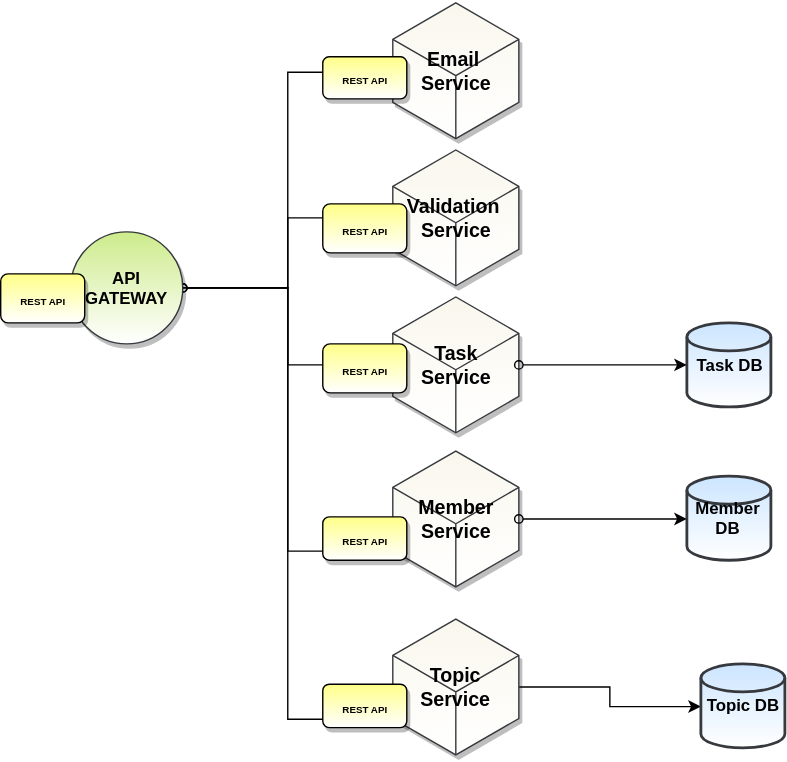
This is Task Management Microservice Architecture.svg from Frong-nt/Task-Management-Services, a draw.io export, as it was before one commit. Source tidied: cells renumbered, new cells last; positions are measured from the earlier drawing's top-left corner, leaving out a move shared by most shapes.
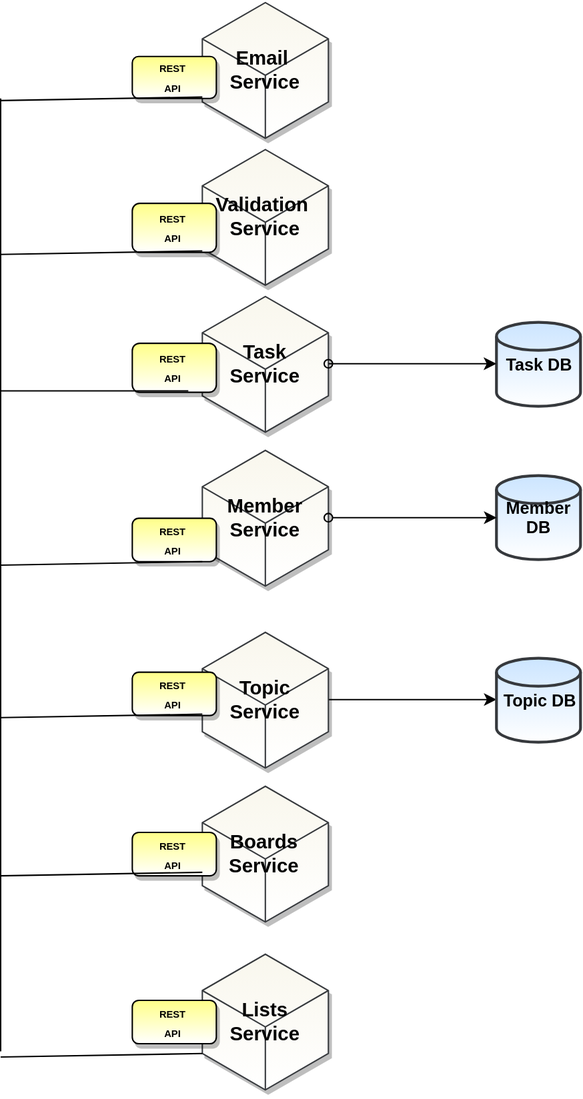
After the commit.

Diff of the diagram source:
```diff
@@ -20,21 +20,6 @@
     <mxCell id="7" value="&lt;b&gt;&lt;font style=&quot;font-size: 12px&quot;&gt;Member DB&lt;/font&gt;&lt;/b&gt;" style="strokeWidth=2;html=1;shape=mxgraph.flowchart.database;whiteSpace=wrap;fillColor=#cce5ff;strokeColor=#36393d;gradientColor=#ffffff;" parent="1" vertex="1">
       <mxGeometry x="490" y="339.5" width="60" height="60" as="geometry" />
     </mxCell>
-    <mxCell id="8" style="edgeStyle=orthogonalEdgeStyle;rounded=0;jettySize=auto;html=1;entryX=0.001;entryY=0.506;entryDx=0;entryDy=0;entryPerimeter=0;startArrow=oval;startFill=0;" parent="1" edge="1" source="12" target="2">
-      <mxGeometry relative="1" as="geometry" />
-    </mxCell>
-    <mxCell id="9" style="edgeStyle=orthogonalEdgeStyle;rounded=0;jettySize=auto;html=1;startArrow=oval;startFill=0;" parent="1" edge="1" source="12" target="3">
-      <mxGeometry relative="1" as="geometry" />
-    </mxCell>
-    <mxCell id="10" style="edgeStyle=orthogonalEdgeStyle;rounded=0;jettySize=auto;html=1;startArrow=oval;startFill=0;" parent="1" edge="1" source="12" target="4">
-      <mxGeometry relative="1" as="geometry" />
-    </mxCell>
-    <mxCell id="11" style="edgeStyle=orthogonalEdgeStyle;rounded=0;jettySize=auto;html=1;entryX=0;entryY=0;entryDx=0;entryDy=72.5;entryPerimeter=0;" parent="1" edge="1" source="12" target="5">
-      <mxGeometry relative="1" as="geometry" />
-    </mxCell>
-    <mxCell id="12" value="&lt;b&gt;API GATEWAY&lt;/b&gt;" style="ellipse;whiteSpace=wrap;html=1;fillColor=#cdeb8b;strokeColor=#36393d;shadow=1;gradientColor=#ffffff;" parent="1" vertex="1">
-      <mxGeometry x="50" y="165" width="80" height="80" as="geometry" />
-    </mxCell>
     <mxCell id="13" style="edgeStyle=orthogonalEdgeStyle;rounded=0;jettySize=auto;html=1;startArrow=oval;startFill=0;" parent="1" edge="1" source="4" target="6">
       <mxGeometry relative="1" as="geometry">
         <Array as="points">
@@ -45,35 +30,88 @@
     <mxCell id="14" style="edgeStyle=orthogonalEdgeStyle;rounded=0;jettySize=auto;html=1;entryX=0;entryY=0.5;entryDx=0;entryDy=0;entryPerimeter=0;startArrow=oval;startFill=0;" parent="1" edge="1" source="5" target="7">
       <mxGeometry relative="1" as="geometry" />
     </mxCell>
-    <mxCell id="15" value="&lt;b&gt;&lt;font style=&quot;font-size: 7px&quot;&gt;REST API&lt;/font&gt;&lt;/b&gt;" style="rounded=1;whiteSpace=wrap;html=1;shadow=1;strokeColor=#000000;fillColor=#ffff88;gradientColor=#ffffff;glass=0;comic=0;" parent="1" vertex="1">
+    <mxCell id="15" value="&lt;b&gt;&lt;font style=&quot;font-size: 7px&quot;&gt;REST &lt;br&gt;API&lt;/font&gt;&lt;/b&gt;" style="rounded=1;whiteSpace=wrap;html=1;shadow=1;strokeColor=#000000;fillColor=#ffff88;gradientColor=#ffffff;glass=0;comic=0;" parent="1" vertex="1">
       <mxGeometry x="230" y="40" width="60" height="30" as="geometry" />
     </mxCell>
-    <mxCell id="16" value="&lt;font style=&quot;font-size: 7px&quot;&gt;&lt;b&gt;REST API&lt;/b&gt;&lt;/font&gt;" style="rounded=1;whiteSpace=wrap;html=1;shadow=1;strokeColor=#000000;fillColor=#ffff88;gradientColor=#ffffff;glass=0;comic=0;" parent="1" vertex="1">
+    <mxCell id="16" value="&lt;font style=&quot;font-size: 7px&quot;&gt;&lt;b&gt;REST &lt;br&gt;API&lt;/b&gt;&lt;/font&gt;" style="rounded=1;whiteSpace=wrap;html=1;shadow=1;strokeColor=#000000;fillColor=#ffff88;gradientColor=#ffffff;glass=0;comic=0;" parent="1" vertex="1">
       <mxGeometry x="230" y="145" width="60" height="35" as="geometry" />
     </mxCell>
-    <mxCell id="17" value="&lt;b&gt;&lt;font style=&quot;font-size: 7px&quot;&gt;REST API&lt;/font&gt;&lt;/b&gt;" style="rounded=1;whiteSpace=wrap;html=1;shadow=1;strokeColor=#000000;fillColor=#ffff88;gradientColor=#ffffff;glass=0;comic=0;" parent="1" vertex="1">
+    <mxCell id="17" value="&lt;b&gt;&lt;font style=&quot;font-size: 7px&quot;&gt;REST &lt;br&gt;API&lt;/font&gt;&lt;/b&gt;" style="rounded=1;whiteSpace=wrap;html=1;shadow=1;strokeColor=#000000;fillColor=#ffff88;gradientColor=#ffffff;glass=0;comic=0;" parent="1" vertex="1">
       <mxGeometry x="230" y="245" width="60" height="35" as="geometry" />
     </mxCell>
-    <mxCell id="18" value="&lt;b&gt;&lt;font style=&quot;font-size: 7px&quot;&gt;REST API&lt;/font&gt;&lt;/b&gt;" style="rounded=1;whiteSpace=wrap;html=1;shadow=1;strokeColor=#000000;fillColor=#ffff88;gradientColor=#ffffff;glass=0;comic=0;" parent="1" vertex="1">
-      <mxGeometry x="230" y="368.5" width="60" height="31" as="geometry" />
+    <mxCell id="18" value="&lt;b&gt;&lt;font style=&quot;font-size: 7px&quot;&gt;REST &lt;br&gt;API&lt;/font&gt;&lt;/b&gt;" style="rounded=1;whiteSpace=wrap;html=1;shadow=1;strokeColor=#000000;fillColor=#ffff88;gradientColor=#ffffff;glass=0;comic=0;" parent="1" vertex="1">
+      <mxGeometry x="230" y="370" width="60" height="31" as="geometry" />
     </mxCell>
-    <mxCell id="19" value="&lt;b&gt;&lt;font style=&quot;font-size: 7px&quot;&gt;REST API&lt;/font&gt;&lt;/b&gt;" style="rounded=1;whiteSpace=wrap;html=1;shadow=1;strokeColor=#000000;fillColor=#ffff88;gradientColor=#ffffff;glass=0;comic=0;" parent="1" vertex="1">
-      <mxGeometry y="195" width="60" height="35" as="geometry" />
-    </mxCell>
     <mxCell id="20" style="edgeStyle=orthogonalEdgeStyle;rounded=0;jettySize=auto;html=1;entryX=0;entryY=0.5;entryDx=0;entryDy=0;entryPerimeter=0;" parent="1" edge="1" source="21" target="22">
       <mxGeometry relative="1" as="geometry" />
     </mxCell>
-    <mxCell id="21" value="&lt;span style=&quot;font-size: 14px&quot;&gt;&lt;b&gt;Topic Service&lt;/b&gt;&lt;/span&gt;" style="html=1;whiteSpace=wrap;shape=isoCube;backgroundOutline=1;fillColor=#f9f7ed;strokeColor=#36393d;shadow=1;gradientColor=#ffffff;" parent="1" vertex="1">
-      <mxGeometry x="280" y="440" width="90" height="100" as="geometry" />
+    <mxCell id="21" value="&lt;b style=&quot;font-size: 14px&quot;&gt;&lt;font style=&quot;font-size: 14px&quot;&gt;Topic&lt;br&gt;Service&lt;/font&gt;&lt;/b&gt;" style="html=1;whiteSpace=wrap;shape=isoCube;backgroundOutline=1;fillColor=#f9f7ed;strokeColor=#36393d;shadow=1;gradientColor=#ffffff;" parent="1" vertex="1">
+      <mxGeometry x="280" y="450" width="90" height="100" as="geometry" />
     </mxCell>
     <mxCell id="22" value="&lt;b&gt;&lt;font style=&quot;font-size: 12px&quot;&gt;Topic DB&lt;/font&gt;&lt;/b&gt;" style="strokeWidth=2;html=1;shape=mxgraph.flowchart.database;whiteSpace=wrap;fillColor=#cce5ff;strokeColor=#36393d;gradientColor=#ffffff;" parent="1" vertex="1">
-      <mxGeometry x="500" y="473.5" width="60" height="60" as="geometry" />
+      <mxGeometry x="490" y="470" width="60" height="60" as="geometry" />
     </mxCell>
-    <mxCell id="23" style="edgeStyle=orthogonalEdgeStyle;rounded=0;jettySize=auto;html=1;entryX=0;entryY=0;entryDx=0;entryDy=72.5;entryPerimeter=0;" parent="1" edge="1" source="12" target="21">
-      <mxGeometry relative="1" as="geometry" />
-    </mxCell>
-    <mxCell id="24" value="&lt;b&gt;&lt;font style=&quot;font-size: 7px&quot;&gt;REST API&lt;/font&gt;&lt;/b&gt;" style="rounded=1;whiteSpace=wrap;html=1;shadow=1;strokeColor=#000000;fillColor=#ffff88;gradientColor=#ffffff;glass=0;comic=0;" parent="1" vertex="1">
-      <mxGeometry x="230" y="488" width="60" height="31" as="geometry" />
-    </mxCell>
+    <mxCell id="25" value="&lt;b&gt;&lt;font style=&quot;font-size: 7px&quot;&gt;REST &lt;br&gt;API&lt;/font&gt;&lt;/b&gt;" style="rounded=1;whiteSpace=wrap;html=1;shadow=1;strokeColor=#000000;fillColor=#ffff88;gradientColor=#ffffff;glass=0;comic=0;" parent="1" vertex="1">
+      <mxGeometry x="230" y="480" width="60" height="31" as="geometry" />
+    </mxCell>
+    <mxCell id="26" value="&lt;span style=&quot;font-size: 14px&quot;&gt;&lt;b&gt;Boards Service&lt;/b&gt;&lt;/span&gt;" style="html=1;whiteSpace=wrap;shape=isoCube;backgroundOutline=1;fillColor=#f9f7ed;strokeColor=#36393d;shadow=1;gradientColor=#ffffff;" parent="1" vertex="1">
+      <mxGeometry x="280" y="560" width="90" height="100" as="geometry" />
+    </mxCell>
+    <mxCell id="27" value="&lt;span style=&quot;font-size: 14px&quot;&gt;&lt;b&gt;Lists &lt;br&gt;Service&lt;/b&gt;&lt;/span&gt;" style="html=1;whiteSpace=wrap;shape=isoCube;backgroundOutline=1;fillColor=#f9f7ed;strokeColor=#36393d;shadow=1;gradientColor=#ffffff;" parent="1" vertex="1">
+      <mxGeometry x="280" y="680" width="90" height="100" as="geometry" />
+    </mxCell>
+    <mxCell id="28" value="&lt;b&gt;&lt;font style=&quot;font-size: 7px&quot;&gt;REST &lt;br&gt;API&lt;/font&gt;&lt;/b&gt;" style="rounded=1;whiteSpace=wrap;html=1;shadow=1;strokeColor=#000000;fillColor=#ffff88;gradientColor=#ffffff;glass=0;comic=0;" parent="1" vertex="1">
+      <mxGeometry x="230" y="594.5" width="60" height="31" as="geometry" />
+    </mxCell>
+    <mxCell id="29" value="&lt;b&gt;&lt;font style=&quot;font-size: 7px&quot;&gt;REST &lt;br&gt;API&lt;/font&gt;&lt;/b&gt;" style="rounded=1;whiteSpace=wrap;html=1;shadow=1;strokeColor=#000000;fillColor=#ffff88;gradientColor=#ffffff;glass=0;comic=0;" parent="1" vertex="1">
+      <mxGeometry x="230" y="714.5" width="60" height="31" as="geometry" />
+    </mxCell>
+    <mxCell id="30" style="endArrow=none;html=1;" parent="1" edge="1">
+      <mxGeometry relative="1" as="geometry">
+        <mxPoint x="136" y="751" as="sourcePoint" />
+        <mxPoint x="136" y="70" as="targetPoint" />
+      </mxGeometry>
+    </mxCell>
+    <mxCell id="31" style="endArrow=none;html=1;entryX=0;entryY=0;entryDx=0;entryDy=72.5;entryPerimeter=0;" parent="1" edge="1" target="27">
+      <mxGeometry relative="1" as="geometry">
+        <mxPoint x="136" y="755" as="sourcePoint" />
+      </mxGeometry>
+    </mxCell>
+    <mxCell id="32" style="endArrow=none;html=1;entryX=0;entryY=0;entryDx=0;entryDy=72.5;entryPerimeter=0;" parent="1" edge="1">
+      <mxGeometry relative="1" as="geometry">
+        <mxPoint x="136" y="625.5" as="sourcePoint" />
+        <mxPoint x="280" y="623" as="targetPoint" />
+      </mxGeometry>
+    </mxCell>
+    <mxCell id="33" style="endArrow=none;html=1;entryX=0;entryY=0;entryDx=0;entryDy=72.5;entryPerimeter=0;" parent="1" edge="1">
+      <mxGeometry relative="1" as="geometry">
+        <mxPoint x="136" y="512.5" as="sourcePoint" />
+        <mxPoint x="280" y="510" as="targetPoint" />
+      </mxGeometry>
+    </mxCell>
+    <mxCell id="34" style="endArrow=none;html=1;entryX=0;entryY=0;entryDx=0;entryDy=72.5;entryPerimeter=0;" parent="1" edge="1">
+      <mxGeometry relative="1" as="geometry">
+        <mxPoint x="136" y="403.5" as="sourcePoint" />
+        <mxPoint x="280" y="401" as="targetPoint" />
+      </mxGeometry>
+    </mxCell>
+    <mxCell id="35" style="endArrow=none;html=1;entryX=0;entryY=0;entryDx=0;entryDy=72.5;entryPerimeter=0;" parent="1" edge="1">
+      <mxGeometry relative="1" as="geometry">
+        <mxPoint x="136" y="279" as="sourcePoint" />
+        <mxPoint x="270" y="279" as="targetPoint" />
+      </mxGeometry>
+    </mxCell>
+    <mxCell id="36" style="endArrow=none;html=1;entryX=0;entryY=0;entryDx=0;entryDy=72.5;entryPerimeter=0;" parent="1" edge="1">
+      <mxGeometry relative="1" as="geometry">
+        <mxPoint x="136" y="181.5" as="sourcePoint" />
+        <mxPoint x="280" y="179" as="targetPoint" />
+      </mxGeometry>
+    </mxCell>
+    <mxCell id="37" style="endArrow=none;html=1;entryX=0;entryY=0;entryDx=0;entryDy=72.5;entryPerimeter=0;" parent="1" edge="1">
+      <mxGeometry relative="1" as="geometry">
+        <mxPoint x="136" y="71.5" as="sourcePoint" />
+        <mxPoint x="280" y="69" as="targetPoint" />
+      </mxGeometry>
+    </mxCell>
   </root>
 </mxGraphModel>
```
